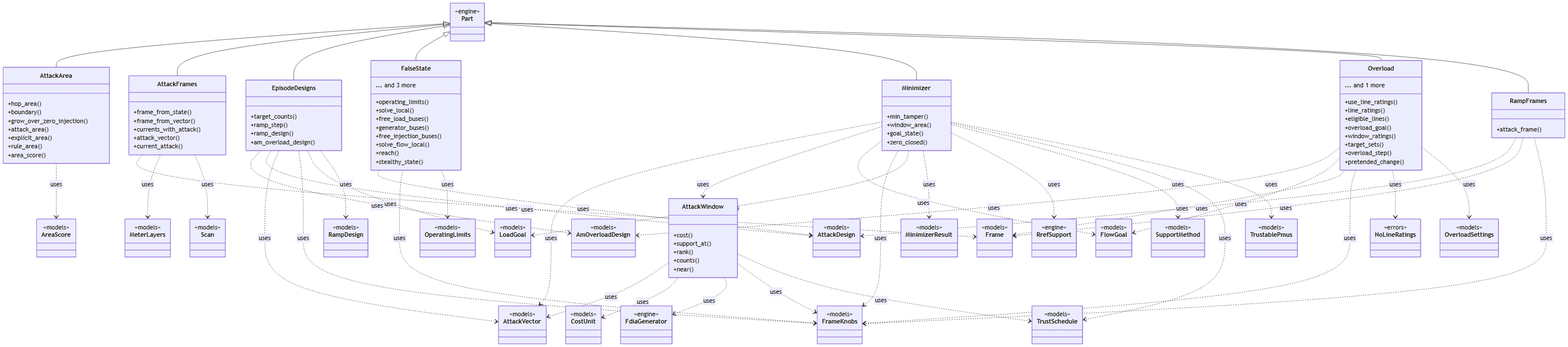
This is docs/figures/diagrams/classes_attacks.png from myersben9/fdia-graph, a Mermaid export, as it was before one commit. Its source is kept beside it as docs/figures/diagrams/classes_attacks.mmd. The source it was exported from:
```mermaid
classDiagram
    class AttackArea {
        +hop_area()
        +boundary()
        +grow_over_zero_injection()
        +attack_area()
        +explicit_area()
        +rule_area()
        +area_score()
    }
    class FalseState {
        +operating_limits()
        +solve_local()
        +free_load_buses()
        +generator_buses()
        +free_injection_buses()
        +solve_flow_local()
        +reach()
        +stealthy_state()
        ... and 3 more
    }
    class AttackFrames {
        +frame_from_state()
        +frame_from_vector()
        +currents_with_attack()
        +attack_vector()
        +current_attack()
    }
    class Minimizer {
        +min_tamper()
        +window_area()
        +goal_state()
        +zero_closed()
    }
    class AttackWindow {
        +cost()
        +support_at()
        +rank()
        +counts()
        +near()
    }
    class Overload {
        +use_line_ratings()
        +line_ratings()
        +eligible_lines()
        +overload_goal()
        +window_ratings()
        +target_sets()
        +overload_step()
        +pretended_change()
        ... and 1 more
    }
    class RampFrames {
        +attack_frame()
    }
    class EpisodeDesigns {
        +target_counts()
        +ramp_step()
        +ramp_design()
        +am_overload_design()
    }
    class AmOverloadDesign {
        <<models>>
    }
    class AreaScore {
        <<models>>
    }
    class AttackDesign {
        <<models>>
    }
    class AttackVector {
        <<models>>
    }
    class CostUnit {
        <<models>>
    }
    class FdiaGenerator {
        <<engine>>
    }
    class FlowGoal {
        <<models>>
    }
    class Frame {
        <<models>>
    }
    class FrameKnobs {
        <<models>>
    }
    class LoadGoal {
        <<models>>
    }
    class MeterLayers {
        <<models>>
    }
    class MinimizerResult {
        <<models>>
    }
    class NoLineRatings {
        <<errors>>
    }
    class OperatingLimits {
        <<models>>
    }
    class OverloadSettings {
        <<models>>
    }
    class Part {
        <<engine>>
    }
    class RampDesign {
        <<models>>
    }
    class RrefSupport {
        <<engine>>
    }
    class Scan {
        <<models>>
    }
    class SupportMethod {
        <<models>>
    }
    class TrustSchedule {
        <<models>>
    }
    class TrustablePmus {
        <<models>>
    }
    Part <|-- AttackArea
    Part <|-- AttackFrames
    Part <|-- EpisodeDesigns
    Part <|-- FalseState
    Part <|-- Minimizer
    Part <|-- Overload
    Part <|-- RampFrames
    AttackArea ..> AreaScore : uses
    AttackFrames ..> Frame : uses
    AttackFrames ..> MeterLayers : uses
    AttackFrames ..> Scan : uses
    AttackWindow ..> AttackVector : uses
    AttackWindow ..> CostUnit : uses
    AttackWindow ..> FdiaGenerator : uses
    AttackWindow ..> FrameKnobs : uses
    AttackWindow ..> TrustSchedule : uses
    EpisodeDesigns ..> AmOverloadDesign : uses
    EpisodeDesigns ..> AttackDesign : uses
    EpisodeDesigns ..> AttackVector : uses
    EpisodeDesigns ..> FrameKnobs : uses
    EpisodeDesigns ..> LoadGoal : uses
    EpisodeDesigns ..> RampDesign : uses
    FalseState ..> AttackDesign : uses
    FalseState ..> FrameKnobs : uses
    FalseState ..> OperatingLimits : uses
    Minimizer ..> AttackVector : uses
    Minimizer ..> AttackWindow : uses
    Minimizer ..> FlowGoal : uses
    Minimizer ..> FrameKnobs : uses
    Minimizer ..> LoadGoal : uses
    Minimizer ..> MinimizerResult : uses
    Minimizer ..> RrefSupport : uses
    Minimizer ..> SupportMethod : uses
    Minimizer ..> TrustSchedule : uses
    Minimizer ..> TrustablePmus : uses
    Overload ..> AmOverloadDesign : uses
    Overload ..> FlowGoal : uses
    Overload ..> Frame : uses
    Overload ..> FrameKnobs : uses
    Overload ..> NoLineRatings : uses
    Overload ..> OverloadSettings : uses
    RampFrames ..> AttackDesign : uses
    RampFrames ..> Frame : uses
    RampFrames ..> FrameKnobs : uses
```
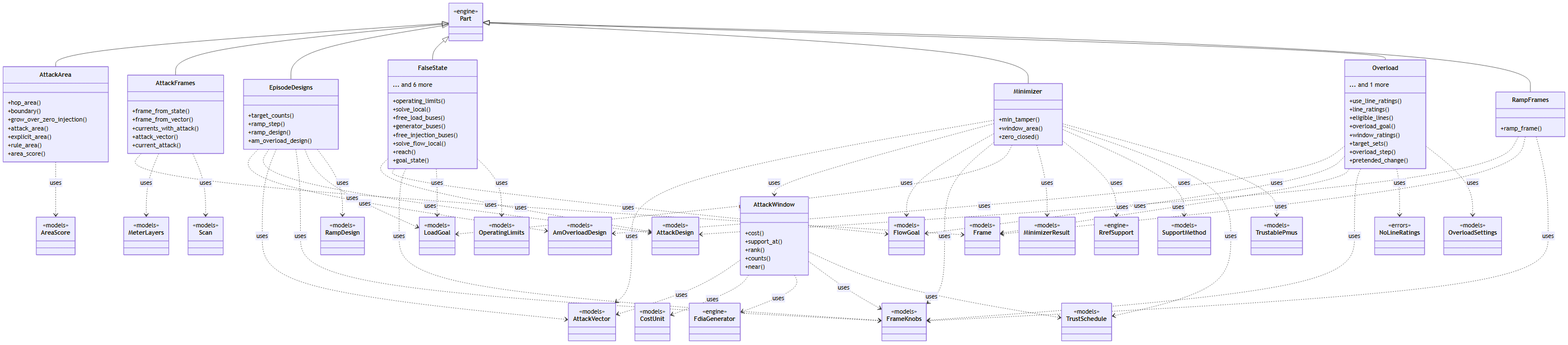
Above is the later version.

Change to the diagram source:
```diff
@@ -16,8 +16,8 @@
         +free_injection_buses()
         +solve_flow_local()
         +reach()
-        +stealthy_state()
-        ... and 3 more
+        +goal_state()
+        ... and 6 more
     }
     class AttackFrames {
         +frame_from_state()
@@ -29,7 +29,6 @@
     class Minimizer {
         +min_tamper()
         +window_area()
-        +goal_state()
         +zero_closed()
     }
     class AttackWindow {
@@ -51,7 +50,7 @@
         ... and 1 more
     }
     class RampFrames {
-        +attack_frame()
+        +ramp_frame()
     }
     class EpisodeDesigns {
         +target_counts()
@@ -148,7 +147,9 @@
     EpisodeDesigns ..> LoadGoal : uses
     EpisodeDesigns ..> RampDesign : uses
     FalseState ..> AttackDesign : uses
+    FalseState ..> FlowGoal : uses
     FalseState ..> FrameKnobs : uses
+    FalseState ..> LoadGoal : uses
     FalseState ..> OperatingLimits : uses
     Minimizer ..> AttackVector : uses
     Minimizer ..> AttackWindow : uses
```
